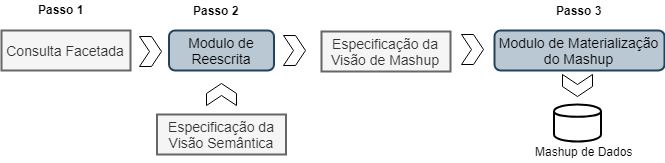
Earlier version of the draw.io export img/mashup_builder.png (semanticSUS/semanticSUS). Source tidied: cells renumbered, new cells last; positions are measured from the earlier drawing's top-left corner, leaving out a move shared by most shapes.
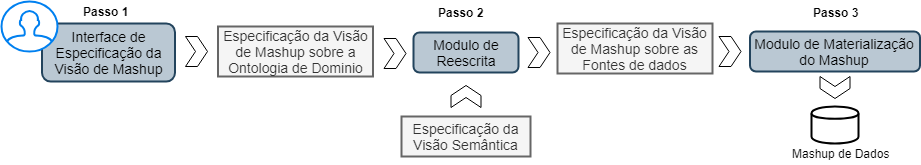
After the change.

Change to the diagram source:
```diff
@@ -2,50 +2,59 @@
   <root>
     <mxCell id="0" />
     <mxCell id="1" parent="0" />
-    <mxCell id="2" value="&lt;span style=&quot;font-size: 14px&quot;&gt;Consulta Facetada&lt;/span&gt;&lt;br&gt;" style="rounded=0;whiteSpace=wrap;html=1;fillColor=#f5f5f5;strokeColor=#666666;fontColor=#333333;strokeWidth=2;" parent="1" vertex="1">
-      <mxGeometry y="30" width="129" height="40" as="geometry" />
+    <mxCell id="2" value="&lt;span&gt;&lt;font style=&quot;font-size: 14px&quot;&gt;Especificação da Visão de Mashup sobre a Ontologia de Dominio&lt;/font&gt;&lt;/span&gt;&lt;br&gt;" style="rounded=0;whiteSpace=wrap;html=1;fillColor=#f5f5f5;strokeColor=#666666;fontColor=#333333;strokeWidth=2;" parent="1" vertex="1">
+      <mxGeometry x="-884.5" y="2507" width="155" height="50" as="geometry" />
     </mxCell>
     <mxCell id="3" value="&lt;font style=&quot;font-size: 14px&quot;&gt;Modulo de Reescrita&lt;/font&gt;" style="rounded=1;whiteSpace=wrap;html=1;fillColor=#bac8d3;strokeColor=#23445d;strokeWidth=2;" parent="1" vertex="1">
-      <mxGeometry x="167.5" y="30" width="105" height="40" as="geometry" />
+      <mxGeometry x="-689" y="2513" width="105" height="40" as="geometry" />
     </mxCell>
     <mxCell id="4" style="shape=cylinder;whiteSpace=wrap;html=1;boundedLbl=1;backgroundOutline=1;strokeWidth=2;" parent="1" vertex="1">
-      <mxGeometry x="552.5" y="104" width="47" height="37" as="geometry" />
+      <mxGeometry x="-291" y="2587" width="47" height="37" as="geometry" />
     </mxCell>
     <mxCell id="5" value="Mashup de Dados" style="text;html=1;align=left;verticalAlign=top;spacingTop=-4;" parent="1" vertex="1">
-      <mxGeometry x="531.8" y="142" width="110" height="20" as="geometry" />
+      <mxGeometry x="-311.7" y="2625" width="110" height="20" as="geometry" />
     </mxCell>
     <mxCell id="6" style="shape=step;perimeter=stepPerimeter;whiteSpace=wrap;html=1;fixedSize=1;rotation=0;size=10;" parent="1" vertex="1">
-      <mxGeometry x="138" y="36" width="22" height="30" as="geometry" />
+      <mxGeometry x="-718.5" y="2519" width="22" height="30" as="geometry" />
     </mxCell>
     <mxCell id="7" style="shape=step;perimeter=stepPerimeter;whiteSpace=wrap;html=1;fixedSize=1;rotation=0;size=10;" parent="1" vertex="1">
-      <mxGeometry x="282" y="35" width="22" height="30" as="geometry" />
+      <mxGeometry x="-574.5" y="2518" width="22" height="30" as="geometry" />
     </mxCell>
     <mxCell id="8" style="shape=step;perimeter=stepPerimeter;whiteSpace=wrap;html=1;fixedSize=1;rotation=-90;size=10;" parent="1" vertex="1">
-      <mxGeometry x="209" y="79" width="22" height="30" as="geometry" />
+      <mxGeometry x="-647.5" y="2562" width="22" height="30" as="geometry" />
     </mxCell>
     <mxCell id="9" value="&lt;font style=&quot;font-size: 14px&quot;&gt;Modulo de Materialização do Mashup&lt;/font&gt;" style="rounded=1;whiteSpace=wrap;html=1;fillColor=#bac8d3;strokeColor=#23445d;strokeWidth=2;" parent="1" vertex="1">
-      <mxGeometry x="493" y="30" width="170" height="40" as="geometry" />
+      <mxGeometry x="-352.5" y="2512" width="170" height="40" as="geometry" />
     </mxCell>
     <mxCell id="10" style="shape=step;perimeter=stepPerimeter;whiteSpace=wrap;html=1;fixedSize=1;rotation=90;size=10;" parent="1" vertex="1">
-      <mxGeometry x="565" y="70" width="22" height="30" as="geometry" />
+      <mxGeometry x="-278.5" y="2553" width="22" height="30" as="geometry" />
     </mxCell>
     <mxCell id="11" style="shape=step;perimeter=stepPerimeter;whiteSpace=wrap;html=1;fixedSize=1;rotation=0;size=10;" parent="1" vertex="1">
-      <mxGeometry x="460" y="34" width="22" height="30" as="geometry" />
+      <mxGeometry x="-383.5" y="2517" width="22" height="30" as="geometry" />
     </mxCell>
     <mxCell id="12" value="Passo 1" style="text;html=1;align=left;verticalAlign=top;spacingTop=-4;fontStyle=1;" parent="1" vertex="1">
-      <mxGeometry x="34.5" width="60" height="20" as="geometry" />
+      <mxGeometry x="-1021.5" y="2482.5" width="60" height="20" as="geometry" />
     </mxCell>
     <mxCell id="13" value="Passo 2" style="text;html=1;align=left;verticalAlign=top;spacingTop=-4;fontStyle=1;" parent="1" vertex="1">
-      <mxGeometry x="190" y="1" width="60" height="20" as="geometry" />
+      <mxGeometry x="-666.5" y="2484" width="60" height="20" as="geometry" />
     </mxCell>
     <mxCell id="14" value="Passo 3" style="text;html=1;align=left;verticalAlign=top;spacingTop=-4;fontStyle=1;" parent="1" vertex="1">
-      <mxGeometry x="552.5" y="1" width="60" height="20" as="geometry" />
+      <mxGeometry x="-291" y="2484" width="60" height="20" as="geometry" />
     </mxCell>
     <mxCell id="15" value="&lt;span style=&quot;font-size: 14px&quot;&gt;Especificação da Visão Semântica&lt;/span&gt;&lt;br&gt;" style="rounded=0;whiteSpace=wrap;html=1;fillColor=#f5f5f5;strokeColor=#666666;fontColor=#333333;strokeWidth=2;" parent="1" vertex="1">
-      <mxGeometry x="155.5" y="114" width="129" height="40" as="geometry" />
+      <mxGeometry x="-701" y="2597" width="129" height="40" as="geometry" />
     </mxCell>
-    <mxCell id="16" value="&lt;span style=&quot;font-size: 14px&quot;&gt;Especificação da Visão de Mashup&lt;/span&gt;&lt;br&gt;" style="rounded=0;whiteSpace=wrap;html=1;fillColor=#f5f5f5;strokeColor=#666666;fontColor=#333333;strokeWidth=2;" parent="1" vertex="1">
-      <mxGeometry x="320" y="31" width="129" height="40" as="geometry" />
+    <mxCell id="16" value="&lt;span style=&quot;font-size: 14px&quot;&gt;Especificação da Visão de Mashup sobre as Fontes de dados&lt;/span&gt;&lt;br&gt;" style="rounded=0;whiteSpace=wrap;html=1;fillColor=#f5f5f5;strokeColor=#666666;fontColor=#333333;strokeWidth=2;" parent="1" vertex="1">
+      <mxGeometry x="-545" y="2504" width="155" height="50" as="geometry" />
     </mxCell>
+    <mxCell id="17" value="&lt;font style=&quot;font-size: 14px&quot;&gt;Interface de Especificação da Visão de Mashup&lt;/font&gt;" style="rounded=1;whiteSpace=wrap;html=1;fillColor=#bac8d3;strokeColor=#23445d;strokeWidth=2;" parent="1" vertex="1">
+      <mxGeometry x="-1060.5" y="2504" width="133" height="58" as="geometry" />
+    </mxCell>
+    <mxCell id="18" style="shape=step;perimeter=stepPerimeter;whiteSpace=wrap;html=1;fixedSize=1;rotation=0;size=10;" parent="1" vertex="1">
+      <mxGeometry x="-917" y="2517" width="22" height="30" as="geometry" />
+    </mxCell>
+    <mxCell id="19" style="html=1;verticalLabelPosition=bottom;align=center;labelBackgroundColor=#ffffff;verticalAlign=top;strokeWidth=2;strokeColor=#0080F0;fillColor=#ffffff;shadow=0;dashed=0;shape=mxgraph.ios7.icons.user;" parent="1" vertex="1">
+      <mxGeometry x="-1101" y="2482" width="56" height="50" as="geometry" />
+    </mxCell>
   </root>
 </mxGraphModel>
```
